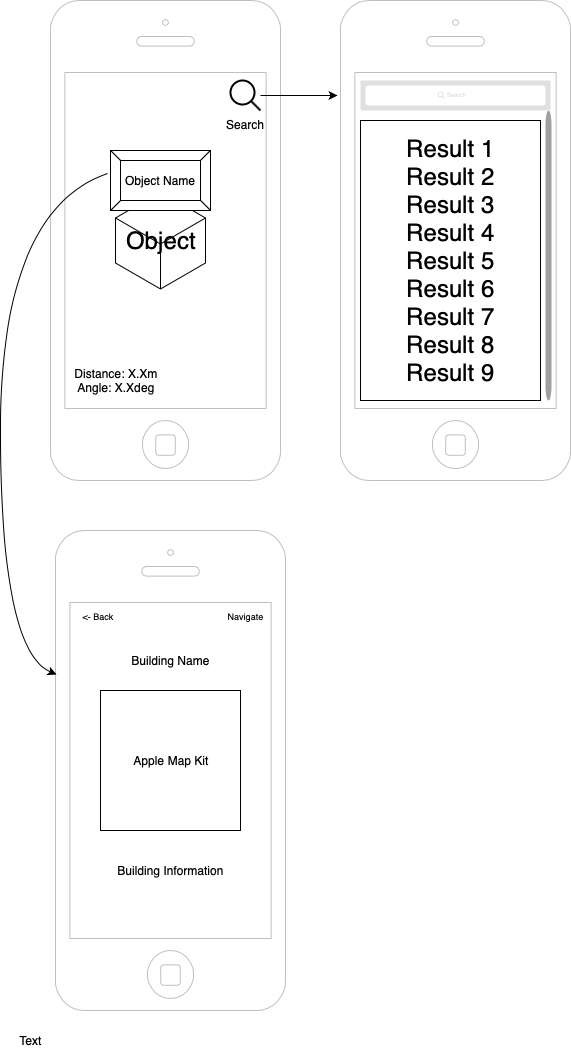
micklestick/poop-groop keeps this draw.io diagram as project-design/ui-diagrams/UIDiagram.png. Above is the earlier version. Source tidied: cells renumbered, new cells last; positions are measured from the earlier drawing's top-left corner, leaving out a move shared by most shapes.
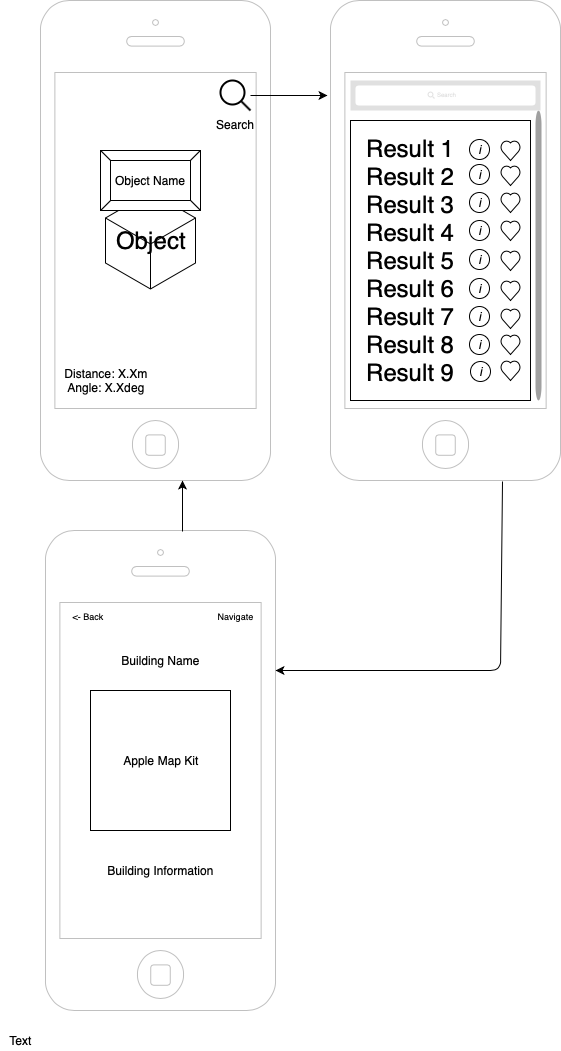
After the change.

What changed in the source:
```diff
@@ -39,20 +39,12 @@
         <mxPoint x="-17" y="-3" as="offset" />
       </mxGeometry>
     </mxCell>
-    <mxCell id="13" value="Result 1&lt;br&gt;Result 2&lt;br&gt;Result 3&lt;br&gt;Result 4&lt;br&gt;Result 5&lt;br&gt;Result 6&lt;br&gt;Result 7&lt;br&gt;Result 8&lt;br&gt;Result 9&lt;br&gt;" style="rounded=0;whiteSpace=wrap;html=1;fontSize=24;" parent="1" vertex="1">
+    <mxCell id="13" value="&lt;div style=&quot;text-align: left&quot;&gt;Result 1 &amp;nbsp; &amp;nbsp; &amp;nbsp;&lt;font style=&quot;font-size: 11px&quot;&gt;&amp;nbsp; &amp;nbsp; &amp;nbsp; &amp;nbsp;&lt;/font&gt;&lt;/div&gt;&lt;div style=&quot;text-align: left&quot;&gt;Result 2&lt;/div&gt;&lt;div style=&quot;text-align: left&quot;&gt;Result 3&lt;/div&gt;&lt;div style=&quot;text-align: left&quot;&gt;Result 4&lt;/div&gt;&lt;div style=&quot;text-align: left&quot;&gt;Result 5&lt;/div&gt;&lt;div style=&quot;text-align: left&quot;&gt;Result 6&lt;/div&gt;&lt;div style=&quot;text-align: left&quot;&gt;Result 7&lt;/div&gt;&lt;div style=&quot;text-align: left&quot;&gt;Result 8&lt;/div&gt;&lt;div style=&quot;text-align: left&quot;&gt;&lt;div style=&quot;text-align: justify&quot;&gt;&lt;div style=&quot;text-align: right&quot;&gt;&lt;div style=&quot;text-align: center&quot;&gt;&lt;div style=&quot;text-align: left&quot;&gt;Result 9&lt;/div&gt;&lt;/div&gt;&lt;/div&gt;&lt;/div&gt;&lt;/div&gt;" style="rounded=0;whiteSpace=wrap;html=1;fontSize=24;" parent="1" vertex="1">
       <mxGeometry x="360" y="120" width="180" height="280" as="geometry" />
     </mxCell>
     <mxCell id="14" style="html=1;verticalLabelPosition=bottom;labelBackgroundColor=#ffffff;verticalAlign=top;shadow=0;dashed=0;strokeWidth=1;shape=mxgraph.ios7.misc.iphone;fillColor=#ffffff;strokeColor=#c0c0c0;" parent="1" vertex="1">
       <mxGeometry x="55" y="530" width="230" height="480" as="geometry" />
     </mxCell>
-    <mxCell id="15" style="curved=1;endArrow=classic;html=1;entryX=0.004;entryY=0.3;entryDx=0;entryDy=0;entryPerimeter=0;exitX=-0.03;exitY=0.383;exitDx=0;exitDy=0;exitPerimeter=0;" parent="1" edge="1" source="8" target="14">
-      <mxGeometry relative="1" as="geometry">
-        <Array as="points">
-          <mxPoint y="210" />
-          <mxPoint y="650" />
-        </Array>
-      </mxGeometry>
-    </mxCell>
     <mxCell id="16" value="&lt;font style=&quot;font-size: 9px&quot;&gt;&amp;lt;- Back&lt;/font&gt;" style="text;html=1;strokeColor=none;fillColor=none;align=center;verticalAlign=middle;whiteSpace=wrap;rounded=0;" parent="1" vertex="1">
       <mxGeometry x="75" y="610" width="45" height="10" as="geometry" />
     </mxCell>
@@ -71,5 +63,69 @@
     <mxCell id="21" value="Building Information" style="text;html=1;strokeColor=none;fillColor=none;align=center;verticalAlign=middle;whiteSpace=wrap;rounded=0;" parent="1" vertex="1">
       <mxGeometry x="102.5" y="860" width="135" height="20" as="geometry" />
     </mxCell>
+    <mxCell id="22" style="verticalLabelPosition=bottom;verticalAlign=top;html=1;shape=mxgraph.basic.heart;" parent="1" vertex="1">
+      <mxGeometry x="510" y="140" width="20" height="20" as="geometry" />
+    </mxCell>
+    <mxCell id="23" style="verticalLabelPosition=bottom;verticalAlign=top;html=1;shape=mxgraph.basic.heart;" parent="1" vertex="1">
+      <mxGeometry x="510" y="192" width="20" height="20" as="geometry" />
+    </mxCell>
+    <mxCell id="24" style="verticalLabelPosition=bottom;verticalAlign=top;html=1;shape=mxgraph.basic.heart;" parent="1" vertex="1">
+      <mxGeometry x="510" y="360" width="20" height="20" as="geometry" />
+    </mxCell>
+    <mxCell id="25" style="verticalLabelPosition=bottom;verticalAlign=top;html=1;shape=mxgraph.basic.heart;" parent="1" vertex="1">
+      <mxGeometry x="510" y="220" width="20" height="20" as="geometry" />
+    </mxCell>
+    <mxCell id="26" style="verticalLabelPosition=bottom;verticalAlign=top;html=1;shape=mxgraph.basic.heart;" parent="1" vertex="1">
+      <mxGeometry x="510" y="308" width="20" height="20" as="geometry" />
+    </mxCell>
+    <mxCell id="27" style="verticalLabelPosition=bottom;verticalAlign=top;html=1;shape=mxgraph.basic.heart;" parent="1" vertex="1">
+      <mxGeometry x="510" y="165" width="20" height="20" as="geometry" />
+    </mxCell>
+    <mxCell id="28" style="verticalLabelPosition=bottom;verticalAlign=top;html=1;shape=mxgraph.basic.heart;" parent="1" vertex="1">
+      <mxGeometry x="510" y="250" width="20" height="20" as="geometry" />
+    </mxCell>
+    <mxCell id="29" style="verticalLabelPosition=bottom;verticalAlign=top;html=1;shape=mxgraph.basic.heart;" parent="1" vertex="1">
+      <mxGeometry x="510" y="334" width="20" height="20" as="geometry" />
+    </mxCell>
+    <mxCell id="30" style="verticalLabelPosition=bottom;verticalAlign=top;html=1;shape=mxgraph.basic.heart;" parent="1" vertex="1">
+      <mxGeometry x="510" y="280" width="20" height="20" as="geometry" />
+    </mxCell>
+    <mxCell id="31" value="&lt;i&gt;i&lt;/i&gt;" style="ellipse;whiteSpace=wrap;html=1;" parent="1" vertex="1">
+      <mxGeometry x="479" y="139" width="20" height="20" as="geometry" />
+    </mxCell>
+    <mxCell id="32" value="&lt;i&gt;i&lt;/i&gt;" style="ellipse;whiteSpace=wrap;html=1;" parent="1" vertex="1">
+      <mxGeometry x="479" y="164" width="20" height="20" as="geometry" />
+    </mxCell>
+    <mxCell id="33" value="&lt;i&gt;i&lt;/i&gt;" style="ellipse;whiteSpace=wrap;html=1;" parent="1" vertex="1">
+      <mxGeometry x="479" y="192" width="20" height="20" as="geometry" />
+    </mxCell>
+    <mxCell id="34" value="&lt;i&gt;i&lt;/i&gt;" style="ellipse;whiteSpace=wrap;html=1;" parent="1" vertex="1">
+      <mxGeometry x="480" y="361" width="20" height="20" as="geometry" />
+    </mxCell>
+    <mxCell id="35" value="&lt;i&gt;i&lt;/i&gt;" style="ellipse;whiteSpace=wrap;html=1;" parent="1" vertex="1">
+      <mxGeometry x="479" y="334" width="20" height="20" as="geometry" />
+    </mxCell>
+    <mxCell id="36" value="&lt;i&gt;i&lt;/i&gt;" style="ellipse;whiteSpace=wrap;html=1;" parent="1" vertex="1">
+      <mxGeometry x="479" y="306" width="20" height="20" as="geometry" />
+    </mxCell>
+    <mxCell id="37" value="&lt;i&gt;i&lt;/i&gt;" style="ellipse;whiteSpace=wrap;html=1;" parent="1" vertex="1">
+      <mxGeometry x="479" y="278" width="20" height="20" as="geometry" />
+    </mxCell>
+    <mxCell id="38" value="&lt;i&gt;i&lt;/i&gt;" style="ellipse;whiteSpace=wrap;html=1;" parent="1" vertex="1">
+      <mxGeometry x="479" y="249" width="20" height="20" as="geometry" />
+    </mxCell>
+    <mxCell id="39" value="&lt;i&gt;i&lt;/i&gt;" style="ellipse;whiteSpace=wrap;html=1;" parent="1" vertex="1">
+      <mxGeometry x="479" y="220" width="20" height="20" as="geometry" />
+    </mxCell>
+    <mxCell id="40" style="endArrow=classic;html=1;entryX=1.001;entryY=0.292;entryDx=0;entryDy=0;entryPerimeter=0;exitX=0.747;exitY=1.002;exitDx=0;exitDy=0;exitPerimeter=0;" parent="1" edge="1" source="2" target="14">
+      <mxGeometry relative="1" as="geometry">
+        <Array as="points">
+          <mxPoint x="510" y="670" />
+        </Array>
+      </mxGeometry>
+    </mxCell>
+    <mxCell id="41" style="endArrow=classic;html=1;exitX=0.595;exitY=0.002;exitDx=0;exitDy=0;exitPerimeter=0;entryX=0.617;entryY=1.001;entryDx=0;entryDy=0;entryPerimeter=0;" parent="1" edge="1" source="14" target="3">
+      <mxGeometry relative="1" as="geometry" />
+    </mxCell>
   </root>
 </mxGraphModel>
```
